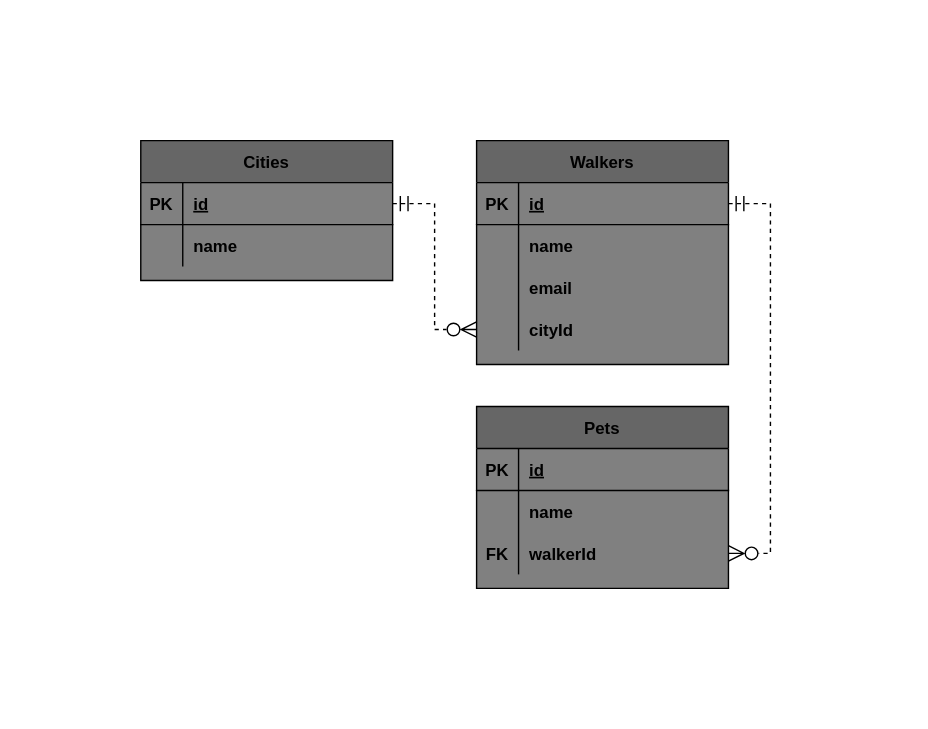
Earlier version of the draw.io export doc/database-erd.drawio.svg (Mtn-Creations/deshawns-dog-walking). Source tidied: cells renumbered, new cells last; positions are measured from the earlier drawing's top-left corner, leaving out a move shared by most shapes.
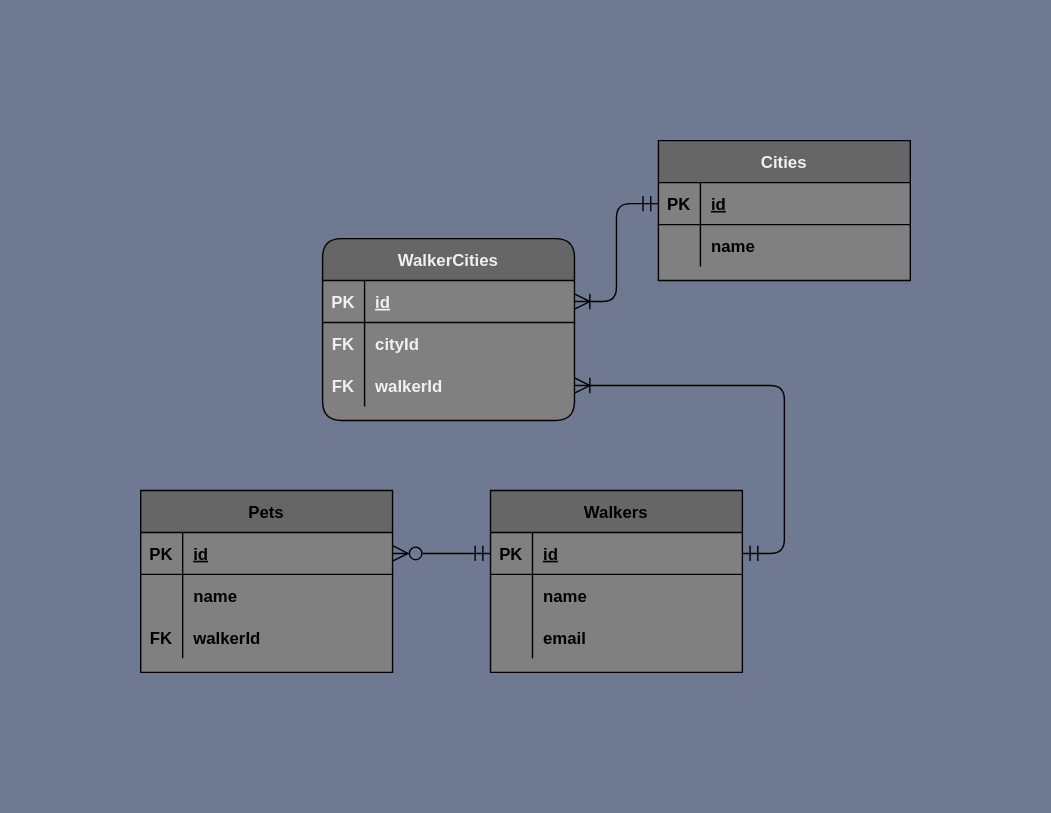
The same file after the commit.

Commit message:
Updated ERD to reflect many-to-many relationship

What changed in the source:
```diff
@@ -1,9 +1,9 @@
-<mxGraphModel>
+<mxGraphModel background="#6F7991">
   <root>
     <mxCell id="0" />
     <mxCell id="1" parent="0" />
     <mxCell id="2" value="Walkers" style="shape=table;startSize=30;rowLines=0;fontStyle=1;align=center;rounded=0;fillColor=#666666;swimlaneFillColor=#808080;" parent="1" vertex="1">
-      <mxGeometry x="240" width="180" height="160" as="geometry" />
+      <mxGeometry x="160" y="170" width="180" height="130" as="geometry" />
     </mxCell>
     <mxCell id="3" style="shape=partialRectangle;fillColor=none;top=0;left=0;bottom=1;right=0;points=[[0,0.5],[1,0.5]];portConstraint=eastwest;rounded=0;" parent="2" vertex="1">
       <mxGeometry y="30" width="180" height="30" as="geometry" />
@@ -32,22 +32,8 @@
     <mxCell id="11" value="email" style="shape=partialRectangle;fillColor=none;top=0;left=0;bottom=0;right=0;align=left;spacingLeft=6;overflow=hidden;fontStyle=1;rounded=0;" parent="9" vertex="1">
       <mxGeometry x="30" width="150" height="30" as="geometry" />
     </mxCell>
-    <mxCell id="12" style="shape=partialRectangle;fillColor=none;top=0;left=0;bottom=0;right=0;points=[[0,0.5],[1,0.5]];portConstraint=eastwest;rounded=0;" parent="2" vertex="1">
-      <mxGeometry y="120" width="180" height="30" as="geometry" />
-    </mxCell>
-    <mxCell id="13" style="shape=partialRectangle;fillColor=none;top=0;left=0;bottom=0;right=0;overflow=hidden;rounded=0;" parent="12" vertex="1">
-      <mxGeometry width="30" height="30" as="geometry" />
-    </mxCell>
-    <mxCell id="14" value="cityId" style="shape=partialRectangle;fillColor=none;top=0;left=0;bottom=0;right=0;align=left;spacingLeft=6;overflow=hidden;fontStyle=1;rounded=0;" parent="12" vertex="1">
-      <mxGeometry x="30" width="150" height="30" as="geometry" />
-    </mxCell>
-    <mxCell id="15" style="edgeStyle=none;html=1;exitX=0.5;exitY=1;exitDx=0;exitDy=0;rounded=0;" parent="2" edge="1" source="2">
-      <mxGeometry relative="1" as="geometry">
-        <mxPoint x="90" y="160" as="targetPoint" />
-      </mxGeometry>
-    </mxCell>
     <mxCell id="16" value="Pets" style="shape=table;startSize=30;rowLines=0;fontStyle=1;align=center;rounded=0;fillColor=#666666;swimlaneFillColor=#808080;" parent="1" vertex="1">
-      <mxGeometry x="240" y="190" width="180" height="130" as="geometry" />
+      <mxGeometry x="-90" y="170" width="180" height="130" as="geometry" />
     </mxCell>
     <mxCell id="17" style="shape=partialRectangle;fillColor=none;top=0;left=0;bottom=1;right=0;points=[[0,0.5],[1,0.5]];portConstraint=eastwest;rounded=0;" parent="16" vertex="1">
       <mxGeometry y="30" width="180" height="30" as="geometry" />
@@ -76,8 +62,8 @@
     <mxCell id="25" value="walkerId" style="shape=partialRectangle;fillColor=none;top=0;left=0;bottom=0;right=0;align=left;spacingLeft=6;overflow=hidden;fontStyle=1;rounded=0;" parent="23" vertex="1">
       <mxGeometry x="30" width="150" height="30" as="geometry" />
     </mxCell>
-    <mxCell id="26" value="Cities" style="shape=table;startSize=30;rowLines=0;fontStyle=1;align=center;gradientColor=none;swimlaneFillColor=#808080;fillColor=#666666;rounded=0;" parent="1" vertex="1">
-      <mxGeometry width="180" height="100" as="geometry" />
+    <mxCell id="26" value="Cities" style="shape=table;startSize=30;rowLines=0;fontStyle=1;align=center;gradientColor=none;swimlaneFillColor=#808080;fillColor=#666666;rounded=0;fontColor=#F0F0F0;labelBackgroundColor=none;labelBorderColor=none;" parent="1" vertex="1">
+      <mxGeometry x="280" y="-80" width="180" height="100" as="geometry" />
     </mxCell>
     <mxCell id="27" style="shape=partialRectangle;fillColor=none;top=0;left=0;bottom=1;right=0;points=[[0,0.5],[1,0.5]];portConstraint=eastwest;rounded=0;" parent="26" vertex="1">
       <mxGeometry y="30" width="180" height="30" as="geometry" />
@@ -97,11 +83,44 @@
     <mxCell id="32" value="name" style="shape=partialRectangle;fillColor=none;top=0;left=0;bottom=0;right=0;align=left;spacingLeft=6;overflow=hidden;fontStyle=1;rounded=0;" parent="30" vertex="1">
       <mxGeometry x="30" width="150" height="30" as="geometry" />
     </mxCell>
-    <mxCell id="33" style="fontSize=12;html=1;endArrow=ERzeroToMany;startArrow=ERmandOne;edgeStyle=entityRelationEdgeStyle;strokeColor=default;endSize=9;startSize=9;endFill=0;dashed=1;rounded=0;" parent="1" edge="1" source="3" target="23">
+    <mxCell id="33" style="fontSize=12;html=1;endArrow=ERzeroToMany;startArrow=ERmandOne;edgeStyle=entityRelationEdgeStyle;strokeColor=default;endSize=9;startSize=9;endFill=0;rounded=1;" parent="1" edge="1" source="3" target="17">
       <mxGeometry relative="1" as="geometry" />
     </mxCell>
-    <mxCell id="34" style="fontSize=12;html=1;endArrow=ERzeroToMany;startArrow=ERmandOne;edgeStyle=entityRelationEdgeStyle;strokeColor=default;endSize=9;startSize=9;endFill=0;jumpSize=7;dashed=1;rounded=0;" parent="1" edge="1" source="27" target="12">
+    <mxCell id="34" style="fontSize=12;html=1;endArrow=ERoneToMany;startArrow=ERmandOne;edgeStyle=entityRelationEdgeStyle;strokeColor=default;endSize=9;startSize=9;endFill=0;jumpSize=7;rounded=1;startFill=0;" parent="1" edge="1" source="27" target="36">
       <mxGeometry relative="1" as="geometry" />
     </mxCell>
+    <mxCell id="35" value="WalkerCities" style="shape=table;startSize=30;rowLines=0;fontStyle=1;align=center;labelBackgroundColor=none;labelBorderColor=none;fontColor=#F0F0F0;html=0;fillColor=#666666;gradientColor=none;swimlaneFillColor=#808080;rounded=1;" parent="1" vertex="1">
+      <mxGeometry x="40" y="-10" width="180" height="130" as="geometry" />
+    </mxCell>
+    <mxCell id="36" style="shape=partialRectangle;fillColor=none;top=0;left=0;bottom=1;right=0;points=[[0,0.5],[1,0.5]];portConstraint=eastwest;labelBackgroundColor=none;labelBorderColor=none;fontColor=#F0F0F0;html=0;" parent="35" vertex="1">
+      <mxGeometry y="30" width="180" height="30" as="geometry" />
+    </mxCell>
+    <mxCell id="37" value="PK" style="shape=partialRectangle;fillColor=none;top=0;left=0;bottom=0;right=0;fontStyle=1;overflow=hidden;labelBackgroundColor=none;labelBorderColor=none;fontColor=#F0F0F0;html=0;" parent="36" vertex="1">
+      <mxGeometry width="30" height="30" as="geometry" />
+    </mxCell>
+    <mxCell id="38" value="id" style="shape=partialRectangle;fillColor=none;top=0;left=0;bottom=0;right=0;align=left;spacingLeft=6;fontStyle=5;overflow=hidden;labelBackgroundColor=none;labelBorderColor=none;fontColor=#F0F0F0;html=0;" parent="36" vertex="1">
+      <mxGeometry x="30" width="150" height="30" as="geometry" />
+    </mxCell>
+    <mxCell id="39" style="shape=partialRectangle;fillColor=none;top=0;left=0;bottom=0;right=0;labelBackgroundColor=none;labelBorderColor=none;fontColor=#F0F0F0;html=0;" parent="35" vertex="1">
+      <mxGeometry y="60" width="180" height="30" as="geometry" />
+    </mxCell>
+    <mxCell id="40" value="FK" style="shape=partialRectangle;fillColor=none;top=0;left=0;bottom=0;right=0;overflow=hidden;labelBackgroundColor=none;labelBorderColor=none;fontColor=#F0F0F0;html=0;fontStyle=1;" parent="39" vertex="1">
+      <mxGeometry width="30" height="30" as="geometry" />
+    </mxCell>
+    <mxCell id="14" value="cityId" style="shape=partialRectangle;fillColor=none;top=0;left=0;bottom=0;right=0;align=left;spacingLeft=6;overflow=hidden;labelBackgroundColor=none;labelBorderColor=none;fontColor=#F0F0F0;html=0;fontStyle=1;" parent="39" vertex="1">
+      <mxGeometry x="30" width="150" height="30" as="geometry" />
+    </mxCell>
+    <mxCell id="41" style="shape=partialRectangle;fillColor=none;top=0;left=0;bottom=0;right=0;points=[[0,0.5],[1,0.5]];portConstraint=eastwest;labelBackgroundColor=none;labelBorderColor=none;fontColor=#F0F0F0;html=0;" parent="35" vertex="1">
+      <mxGeometry y="90" width="180" height="30" as="geometry" />
+    </mxCell>
+    <mxCell id="42" value="FK" style="shape=partialRectangle;fillColor=none;top=0;left=0;bottom=0;right=0;overflow=hidden;labelBackgroundColor=none;labelBorderColor=none;fontColor=#F0F0F0;html=0;fontStyle=1;" parent="41" vertex="1">
+      <mxGeometry width="30" height="30" as="geometry" />
+    </mxCell>
+    <mxCell id="43" value="walkerId" style="shape=partialRectangle;fillColor=none;top=0;left=0;bottom=0;right=0;align=left;spacingLeft=6;overflow=hidden;labelBackgroundColor=none;labelBorderColor=none;fontColor=#F0F0F0;html=0;fontStyle=1;" parent="41" vertex="1">
+      <mxGeometry x="30" width="150" height="30" as="geometry" />
+    </mxCell>
+    <mxCell id="44" style="fontSize=12;html=1;endArrow=ERoneToMany;startArrow=ERmandOne;edgeStyle=entityRelationEdgeStyle;strokeColor=default;endSize=9;startSize=9;endFill=0;jumpSize=7;rounded=1;startFill=0;" parent="1" edge="1" source="3" target="41">
+      <mxGeometry relative="1" as="geometry" />
+    </mxCell>
   </root>
 </mxGraphModel>
```
